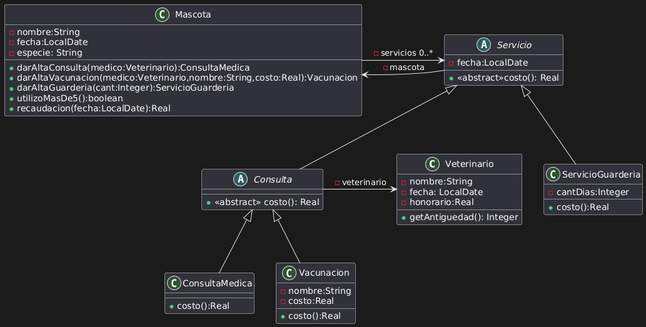
Francogrch/OO1-2024 keeps this PlantUML diagram as eclipse/OO1-2024/src/main/java/ar/edu/unlp/oo1/ejercicio25/UML.png. Above is the earlier version.
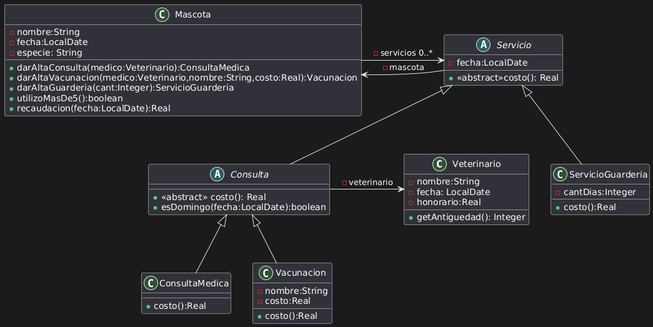
The same diagram one commit later.

What changed in the source:
```diff
@@ -32,6 +32,7 @@
 
 abstract Consulta extends Servicio{
 +<<abstract>> costo(): Real
++esDomingo(fecha:LocalDate):boolean
 }
 Consulta -> Veterinario : -veterinario
 
```
